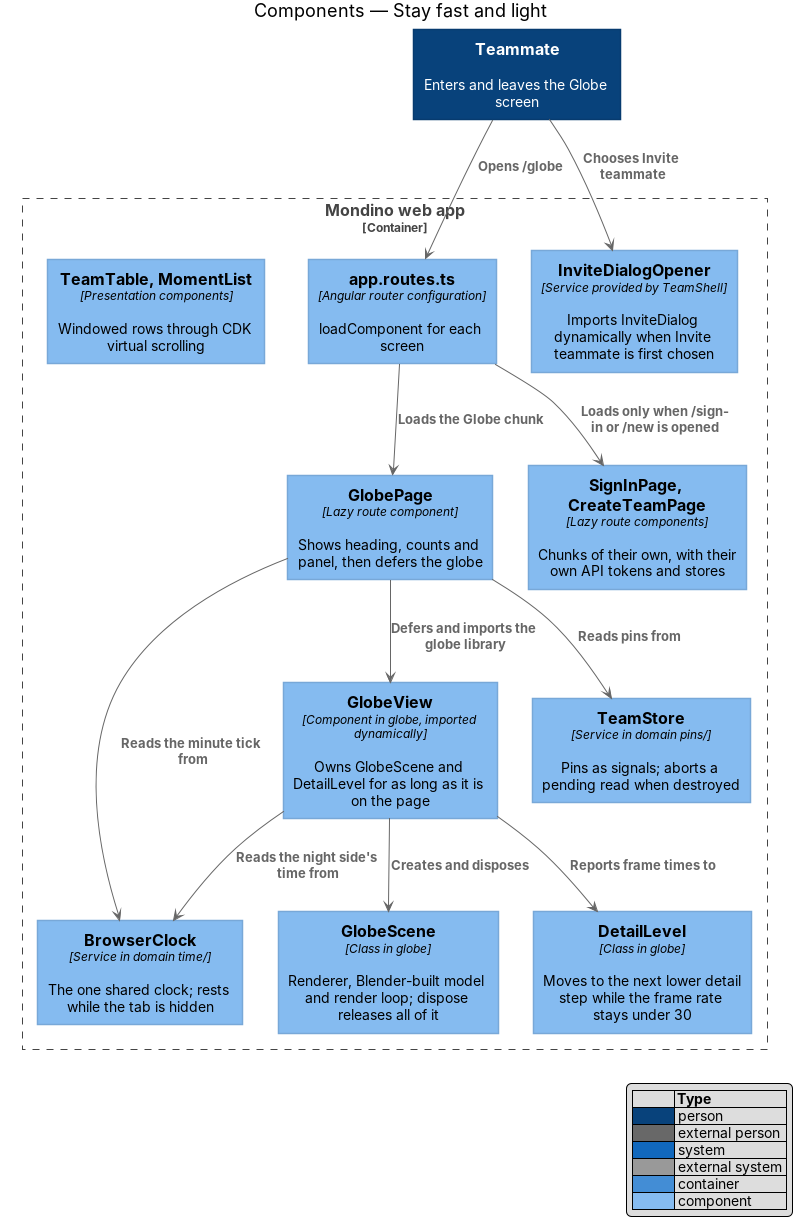
Earlier version of the PlantUML export docs/detailed-designs/platform/stay-fast-and-light/diagrams/c4-component.png (QuinntyneBrown/Mondino). Its source is kept beside it as docs/detailed-designs/platform/stay-fast-and-light/diagrams/c4-component.puml.
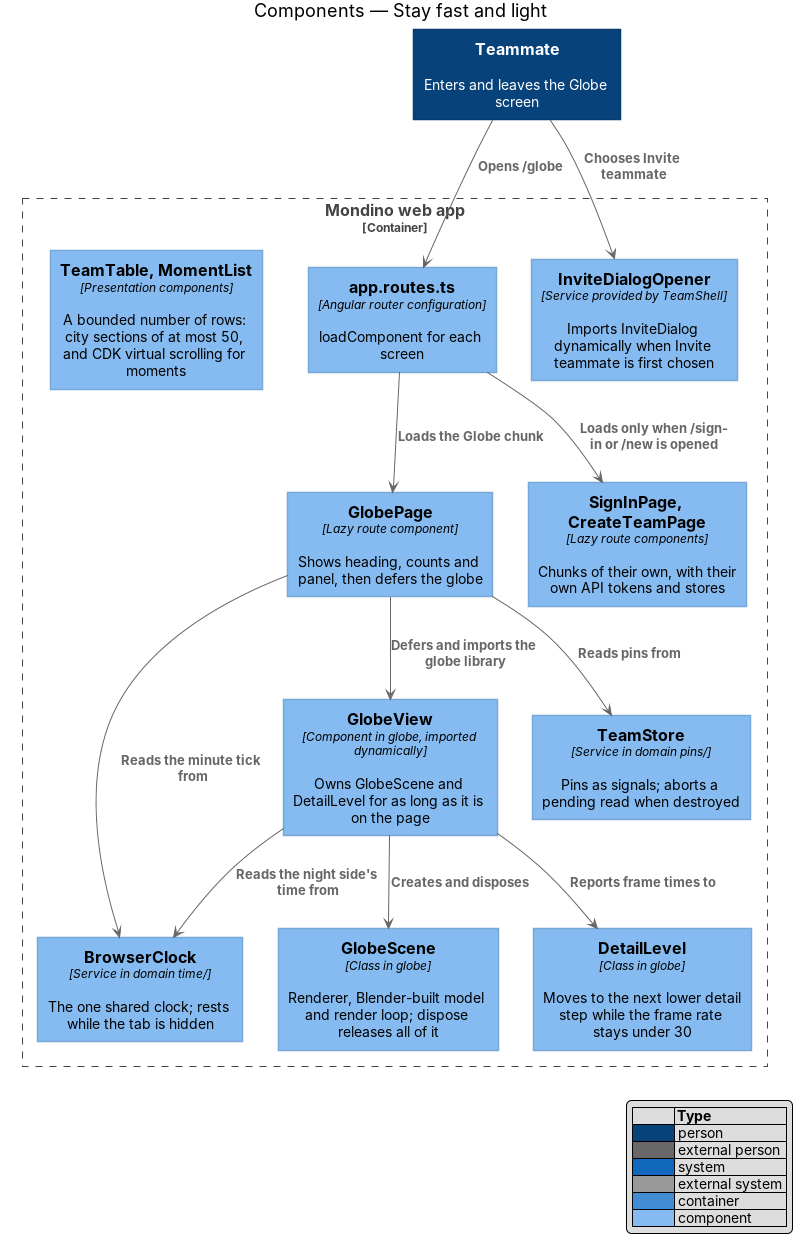
Above is the later version.

Change to the diagram source:
```diff
@@ -14,7 +14,7 @@
   Component(store, "TeamStore", "Service in domain pins/", "Pins as signals; aborts a pending read when destroyed")
   Component(opener, "InviteDialogOpener", "Service provided by TeamShell", "Imports InviteDialog dynamically when Invite teammate is first chosen")
   Component(auth, "SignInPage, CreateTeamPage", "Lazy route components", "Chunks of their own, with their own API tokens and stores")
-  Component(lists, "TeamTable, MomentList", "Presentation components", "Windowed rows through CDK virtual scrolling")
+  Component(lists, "TeamTable, MomentList", "Presentation components", "A bounded number of rows: city sections of at most 50, and CDK virtual scrolling for moments")
 }
 Rel(teammate, routes, "Opens /globe")
 Rel(routes, page, "Loads the Globe chunk")
```
